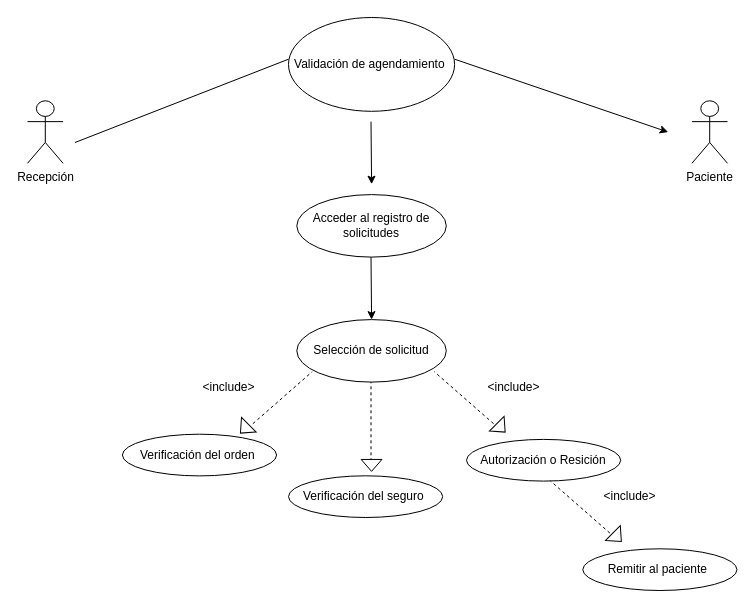
This is validaragendamiento.drawio from Sasarindo00/Ingenieria-6semestre, a draw.io file, before an edit. Source tidied: cells renumbered, new cells numbered last; positions are measured from the earlier drawing's top-left corner, leaving out a move shared by most shapes. Both pictures are drawn from the tidied source at 100%, with x=0, y=0 at pixel (27, 17).
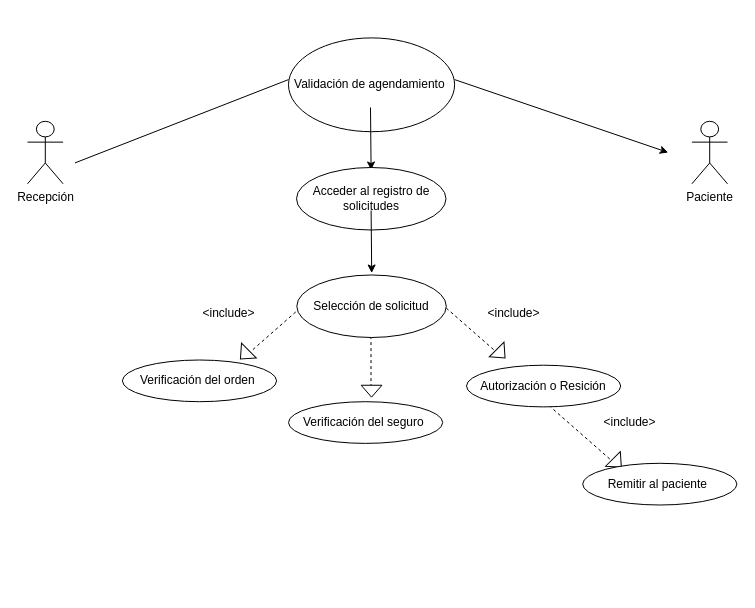
The same diagram, later.

Change to the diagram source:
```diff
@@
     <mxCell id="2" value="Recepción" style="shape=umlActor;verticalLabelPosition=bottom;verticalAlign=top;html=1;" parent="1" vertex="1">
-      <mxGeometry y="83.3" width="35.6" height="62.5" as="geometry" />
+      <mxGeometry y="103.8" width="35.6" height="62.5" as="geometry" />
     </mxCell>
     <mxCell id="3" value="Paciente" style="shape=umlActor;verticalLabelPosition=bottom;verticalAlign=top;html=1;" parent="1" vertex="1">
-      <mxGeometry x="664.4" y="83.3" width="35.6" height="62.5" as="geometry" />
+      <mxGeometry x="664.4" y="103.8" width="35.6" height="62.5" as="geometry" />
     </mxCell>
     <mxCell id="4" value="Validación de agendamiento&amp;nbsp;" style="ellipse;whiteSpace=wrap;html=1;" parent="1" vertex="1">
-      <mxGeometry x="261" width="166.1" height="93.8" as="geometry" />
+      <mxGeometry x="261" y="20.4" width="166.1" height="93.8" as="geometry" />
     </mxCell>
     <mxCell id="5" style="endArrow=none;html=1;rounded=0;" parent="1" edge="1">
       <mxGeometry relative="1" as="geometry">
-        <mxPoint x="47.5" y="125" as="sourcePoint" />
-        <mxPoint x="261" y="41.7" as="targetPoint" />
+        <mxPoint x="47.5" y="145.4" as="sourcePoint" />
+        <mxPoint x="261" y="62.1" as="targetPoint" />
       </mxGeometry>
     </mxCell>
     <mxCell id="6" style="endArrow=classic;html=1;rounded=0;" parent="1" edge="1">
       <mxGeometry relative="1" as="geometry">
-        <mxPoint x="427.1" y="41.7" as="sourcePoint" />
-        <mxPoint x="640.7" y="114.6" as="targetPoint" />
+        <mxPoint x="427.1" y="62.1" as="sourcePoint" />
+        <mxPoint x="640.7" y="135" as="targetPoint" />
       </mxGeometry>
     </mxCell>
     <mxCell id="7" style="endArrow=classic;html=1;rounded=0;" parent="1" edge="1">
       <mxGeometry relative="1" as="geometry">
-        <mxPoint x="343.5" y="104.2" as="sourcePoint" />
-        <mxPoint x="344.1" y="166.7" as="targetPoint" />
+        <mxPoint x="343" y="90" as="sourcePoint" />
+        <mxPoint x="343.6" y="152.5" as="targetPoint" />
       </mxGeometry>
     </mxCell>
     <mxCell id="8" value="Acceder al registro de solicitudes" style="ellipse;whiteSpace=wrap;html=1;" parent="1" vertex="1">
-      <mxGeometry x="269.3" y="177.1" width="149.5" height="62.5" as="geometry" />
+      <mxGeometry x="269" y="150" width="149.5" height="62.5" as="geometry" />
     </mxCell>
     <mxCell id="9" style="endArrow=classic;html=1;rounded=0;" parent="1" edge="1">
       <mxGeometry relative="1" as="geometry">
-        <mxPoint x="343.5" y="239.6" as="sourcePoint" />
-        <mxPoint x="344.1" y="302.1" as="targetPoint" />
+        <mxPoint x="343.6" y="193" as="sourcePoint" />
+        <mxPoint x="344.2" y="255.5" as="targetPoint" />
       </mxGeometry>
     </mxCell>
-    <mxCell id="10" value="Selección de solicitud" style="ellipse;whiteSpace=wrap;html=1;" parent="1" vertex="1">
-      <mxGeometry x="269.3" y="302.1" width="149.5" height="62.5" as="geometry" />
-    </mxCell>
+    <mxCell id="26" style="group;" parent="1" vertex="1">
+      <mxGeometry x="94.9" y="280" width="614.6" height="207.5" as="geometry" />
+    </mxCell>
-    <mxCell id="11" style="endArrow=none;dashed=1;html=1;rounded=0;" parent="1" edge="1">
+    <mxCell id="11" style="endArrow=none;dashed=1;html=1;rounded=0;" parent="26" edge="1">
       <mxGeometry relative="1" as="geometry">
-        <mxPoint x="225.4" y="406.2" as="sourcePoint" />
-        <mxPoint x="284.7" y="354.2" as="targetPoint" />
+        <mxPoint x="130.5" y="52.1" as="sourcePoint" />
+        <mxPoint x="189.8" as="targetPoint" />
       </mxGeometry>
     </mxCell>
-    <mxCell id="12" style="triangle;whiteSpace=wrap;html=1;rotation=135;" parent="1" vertex="1">
-      <mxGeometry x="211.2" y="401" width="11.9" height="20.8" as="geometry" />
+    <mxCell id="12" style="triangle;whiteSpace=wrap;html=1;rotation=135;" parent="26" vertex="1">
+      <mxGeometry x="116.3" y="46.9" width="11.9" height="20.8" as="geometry" />
     </mxCell>
-    <mxCell id="13" style="endArrow=none;dashed=1;html=1;rounded=0;flipH=1;" parent="1" edge="1">
+    <mxCell id="13" style="endArrow=none;dashed=1;html=1;rounded=0;flipH=1;" parent="26" edge="1">
       <mxGeometry relative="1" as="geometry">
-        <mxPoint x="405.8" y="406.2" as="sourcePoint" />
-        <mxPoint x="465.1" y="354.2" as="targetPoint" />
+        <mxPoint x="310.8" y="52.1" as="sourcePoint" />
+        <mxPoint x="370.2" as="targetPoint" />
       </mxGeometry>
     </mxCell>
-    <mxCell id="14" style="triangle;whiteSpace=wrap;html=1;rotation=-135;flipH=1;" parent="1" vertex="1">
-      <mxGeometry x="467.5" y="400" width="11.9" height="20.8" as="geometry" />
+    <mxCell id="14" style="triangle;whiteSpace=wrap;html=1;rotation=-135;flipH=1;" parent="26" vertex="1">
+      <mxGeometry x="372.5" y="45.8" width="11.9" height="20.8" as="geometry" />
     </mxCell>
-    <mxCell id="15" style="endArrow=none;dashed=1;html=1;rounded=0;" parent="1" edge="1">
+    <mxCell id="15" style="endArrow=none;dashed=1;html=1;rounded=0;" parent="26" edge="1">
       <mxGeometry relative="1" as="geometry">
-        <mxPoint x="343.5" y="443.8" as="sourcePoint" />
-        <mxPoint x="343.5" y="364.6" as="targetPoint" />
+        <mxPoint x="248.6" y="89.6" as="sourcePoint" />
+        <mxPoint x="248.6" y="10.4" as="targetPoint" />
       </mxGeometry>
     </mxCell>
-    <mxCell id="16" style="triangle;whiteSpace=wrap;html=1;rotation=-90;flipH=1;" parent="1" vertex="1">
-      <mxGeometry x="338.1" y="437.5" width="11.9" height="20.8" as="geometry" />
+    <mxCell id="16" style="triangle;whiteSpace=wrap;html=1;rotation=-90;flipH=1;" parent="26" vertex="1">
+      <mxGeometry x="243.2" y="83.3" width="11.9" height="20.8" as="geometry" />
     </mxCell>
-    <mxCell id="17" value="Verificación del orden&amp;nbsp;" style="ellipse;whiteSpace=wrap;html=1;" parent="1" vertex="1">
-      <mxGeometry x="94.9" y="416.7" width="154.2" height="41.7" as="geometry" />
+    <mxCell id="17" value="Verificación del orden&amp;nbsp;" style="ellipse;whiteSpace=wrap;html=1;" parent="26" vertex="1">
+      <mxGeometry y="62.5" width="154.2" height="41.7" as="geometry" />
     </mxCell>
-    <mxCell id="18" value="Verificación del seguro&amp;nbsp;" style="ellipse;whiteSpace=wrap;html=1;" parent="1" vertex="1">
-      <mxGeometry x="261" y="458.3" width="154.2" height="41.7" as="geometry" />
+    <mxCell id="18" value="Verificación del seguro&amp;nbsp;" style="ellipse;whiteSpace=wrap;html=1;" parent="26" vertex="1">
+      <mxGeometry x="166.1" y="104.2" width="154.2" height="41.7" as="geometry" />
     </mxCell>
-    <mxCell id="19" value="Autorización o Resición" style="ellipse;whiteSpace=wrap;html=1;" parent="1" vertex="1">
-      <mxGeometry x="439" y="421.9" width="154.2" height="41.7" as="geometry" />
+    <mxCell id="19" value="Autorización o Resición" style="ellipse;whiteSpace=wrap;html=1;" parent="26" vertex="1">
+      <mxGeometry x="344.1" y="67.7" width="154.2" height="41.7" as="geometry" />
     </mxCell>
-    <mxCell id="20" value="&amp;lt;include&amp;gt;" style="text;html=1;strokeColor=none;fillColor=none;align=center;verticalAlign=middle;whiteSpace=wrap;rounded=0;" parent="1" vertex="1">
-      <mxGeometry x="166.1" y="354.2" width="71.2" height="31.3" as="geometry" />
+    <mxCell id="20" value="&amp;lt;include&amp;gt;" style="text;html=1;strokeColor=none;fillColor=none;align=center;verticalAlign=middle;whiteSpace=wrap;rounded=0;" parent="26" vertex="1">
+      <mxGeometry x="71.2" width="71.2" height="31.3" as="geometry" />
     </mxCell>
-    <mxCell id="21" value="&amp;lt;include&amp;gt;" style="text;html=1;strokeColor=none;fillColor=none;align=center;verticalAlign=middle;whiteSpace=wrap;rounded=0;" parent="1" vertex="1">
-      <mxGeometry x="450.8" y="354.2" width="71.2" height="31.3" as="geometry" />
+    <mxCell id="21" value="&amp;lt;include&amp;gt;" style="text;html=1;strokeColor=none;fillColor=none;align=center;verticalAlign=middle;whiteSpace=wrap;rounded=0;" parent="26" vertex="1">
+      <mxGeometry x="355.9" width="71.2" height="31.3" as="geometry" />
     </mxCell>
-    <mxCell id="22" style="endArrow=none;dashed=1;html=1;rounded=0;flipH=1;" parent="1" edge="1">
+    <mxCell id="22" style="endArrow=none;dashed=1;html=1;rounded=0;flipH=1;" parent="26" edge="1">
       <mxGeometry relative="1" as="geometry">
-        <mxPoint x="522" y="515.6" as="sourcePoint" />
-        <mxPoint x="581.4" y="463.5" as="targetPoint" />
+        <mxPoint x="427.1" y="161.5" as="sourcePoint" />
+        <mxPoint x="486.4" y="109.4" as="targetPoint" />
       </mxGeometry>
     </mxCell>
-    <mxCell id="23" style="triangle;whiteSpace=wrap;html=1;rotation=-135;flipH=1;" parent="1" vertex="1">
-      <mxGeometry x="583.7" y="509.4" width="11.9" height="20.8" as="geometry" />
+    <mxCell id="23" style="triangle;whiteSpace=wrap;html=1;rotation=-135;flipH=1;" parent="26" vertex="1">
+      <mxGeometry x="488.8" y="155.2" width="11.9" height="20.8" as="geometry" />
     </mxCell>
-    <mxCell id="24" value="Remitir al paciente&amp;nbsp;" style="ellipse;whiteSpace=wrap;html=1;" parent="1" vertex="1">
-      <mxGeometry x="555.3" y="531.3" width="154.2" height="41.7" as="geometry" />
+    <mxCell id="24" value="Remitir al paciente&amp;nbsp;" style="ellipse;whiteSpace=wrap;html=1;" parent="26" vertex="1">
+      <mxGeometry x="460.3" y="165.8" width="154.2" height="41.7" as="geometry" />
     </mxCell>
-    <mxCell id="25" value="&amp;lt;include&amp;gt;" style="text;html=1;strokeColor=none;fillColor=none;align=center;verticalAlign=middle;whiteSpace=wrap;rounded=0;" parent="1" vertex="1">
-      <mxGeometry x="567.1" y="463.5" width="71.2" height="31.3" as="geometry" />
+    <mxCell id="25" value="&amp;lt;include&amp;gt;" style="text;html=1;strokeColor=none;fillColor=none;align=center;verticalAlign=middle;whiteSpace=wrap;rounded=0;" parent="26" vertex="1">
+      <mxGeometry x="472.2" y="109.4" width="71.2" height="31.3" as="geometry" />
     </mxCell>
+    <mxCell id="10" value="Selección de solicitud" style="ellipse;whiteSpace=wrap;html=1;" parent="1" vertex="1">
+      <mxGeometry x="269.3" y="257.5" width="149.5" height="62.5" as="geometry" />
+    </mxCell>
```
